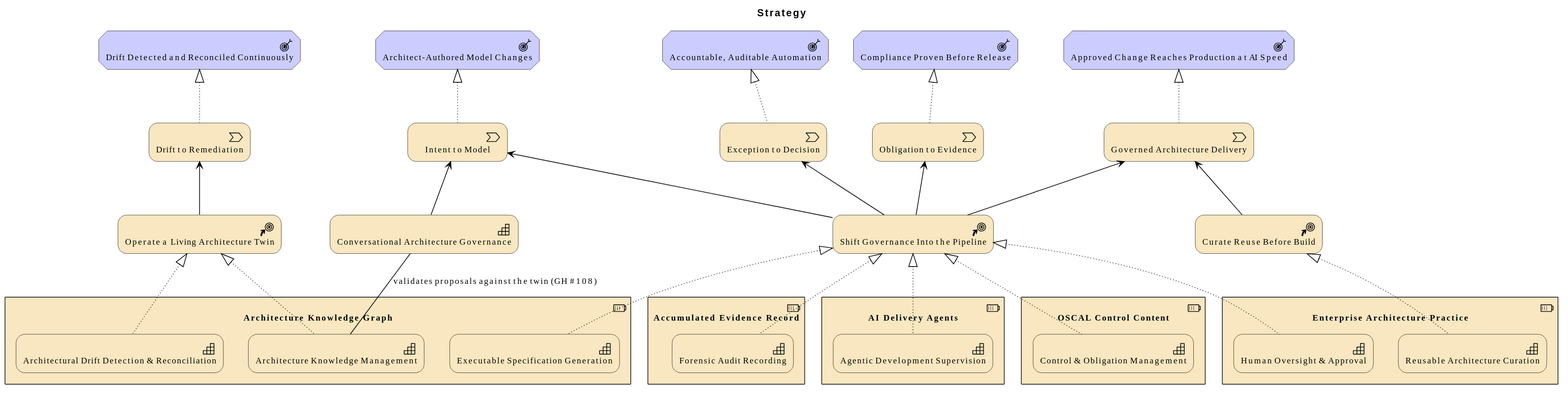
Earlier version of the PlantUML export architecture/model/diagrams/vision/4-strategy.svg (wolffy-au/frictionless-architect).
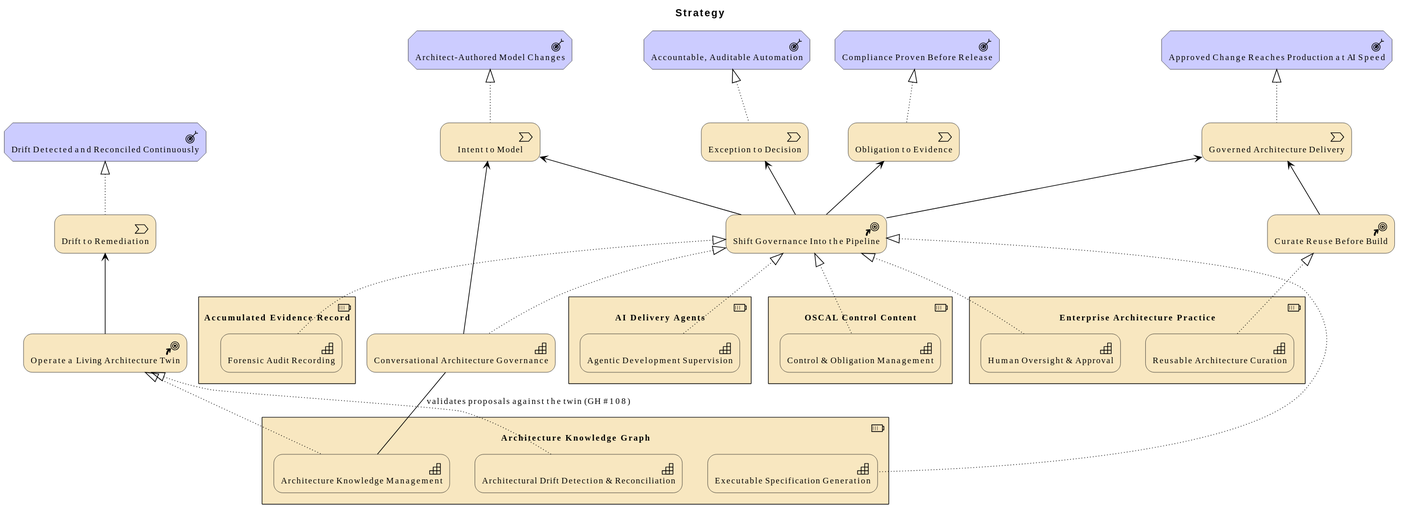
After the change.

Diff of the diagram source:
```diff
@@ -41,6 +41,7 @@
 Rel_Realization_Up(e_id72468b5b403450, e_ida9babe1fe97050, "")
 Rel_Realization_Up(e_id08f340a094e552, e_ida9babe1fe97050, "")
 Rel_Realization_Up(e_idc29413a2099958, e_ida9babe1fe97050, "")
+Rel_Realization_Up(e_id6c60f4feb89058, e_ida9babe1fe97050, "")
 Rel_Realization_Up(e_id18ec07397a9d5f, e_id78f58d32222658, "")
 Rel_Realization_Up(e_id41aa3eb894c852, e_id78f58d32222658, "")
 Rel_Realization_Up(e_id752d1de3794f5f, e_id0b01ce08664e58, "")
```
